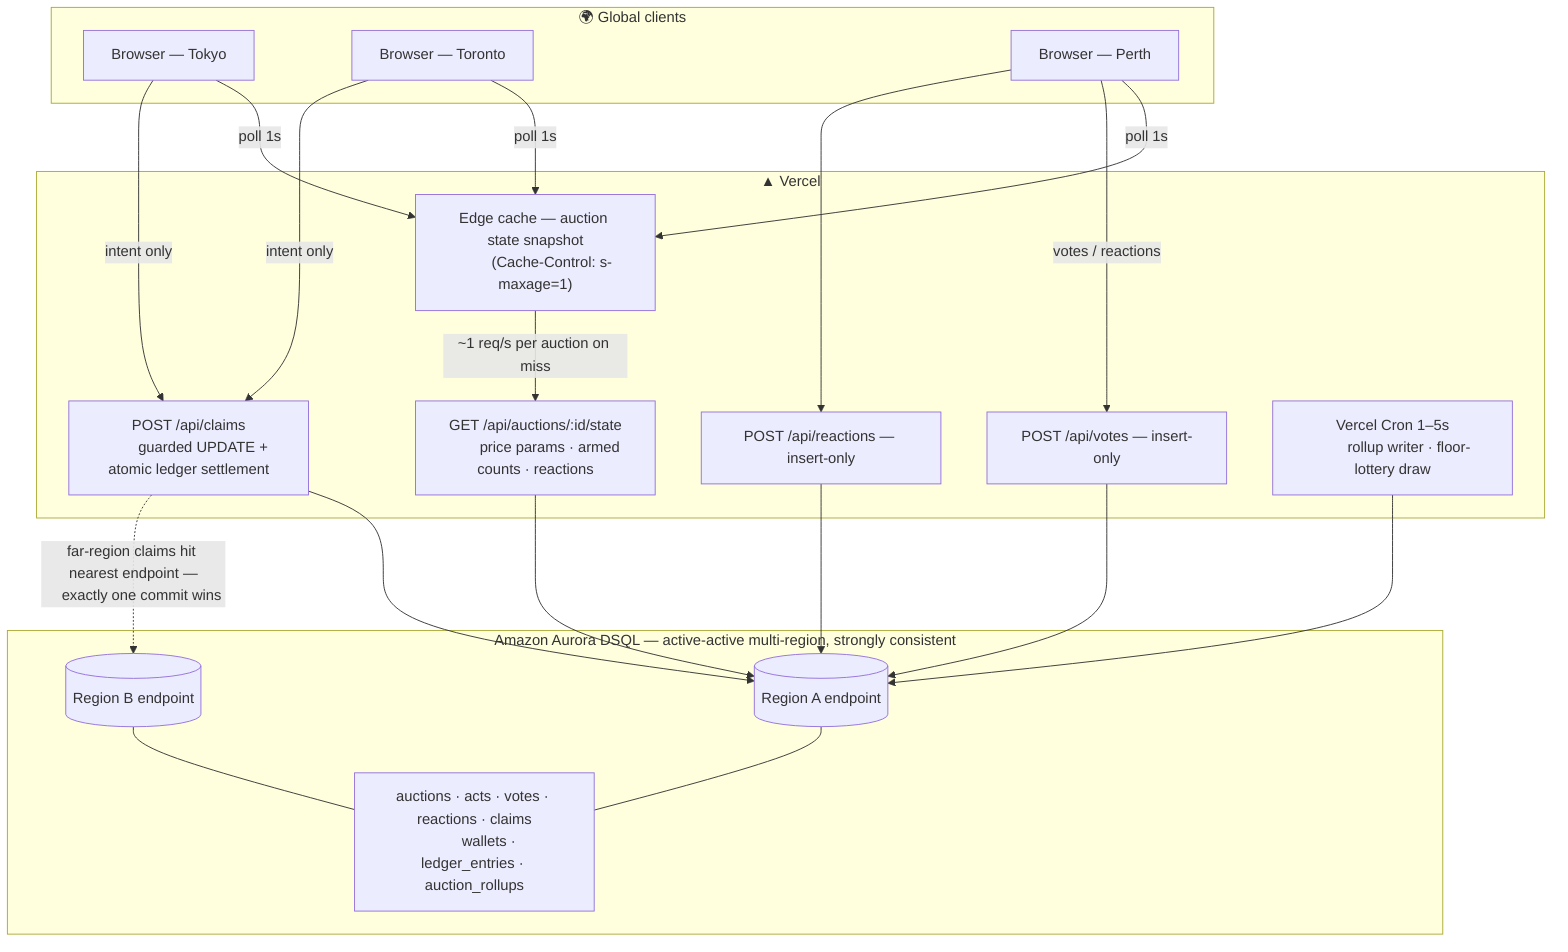
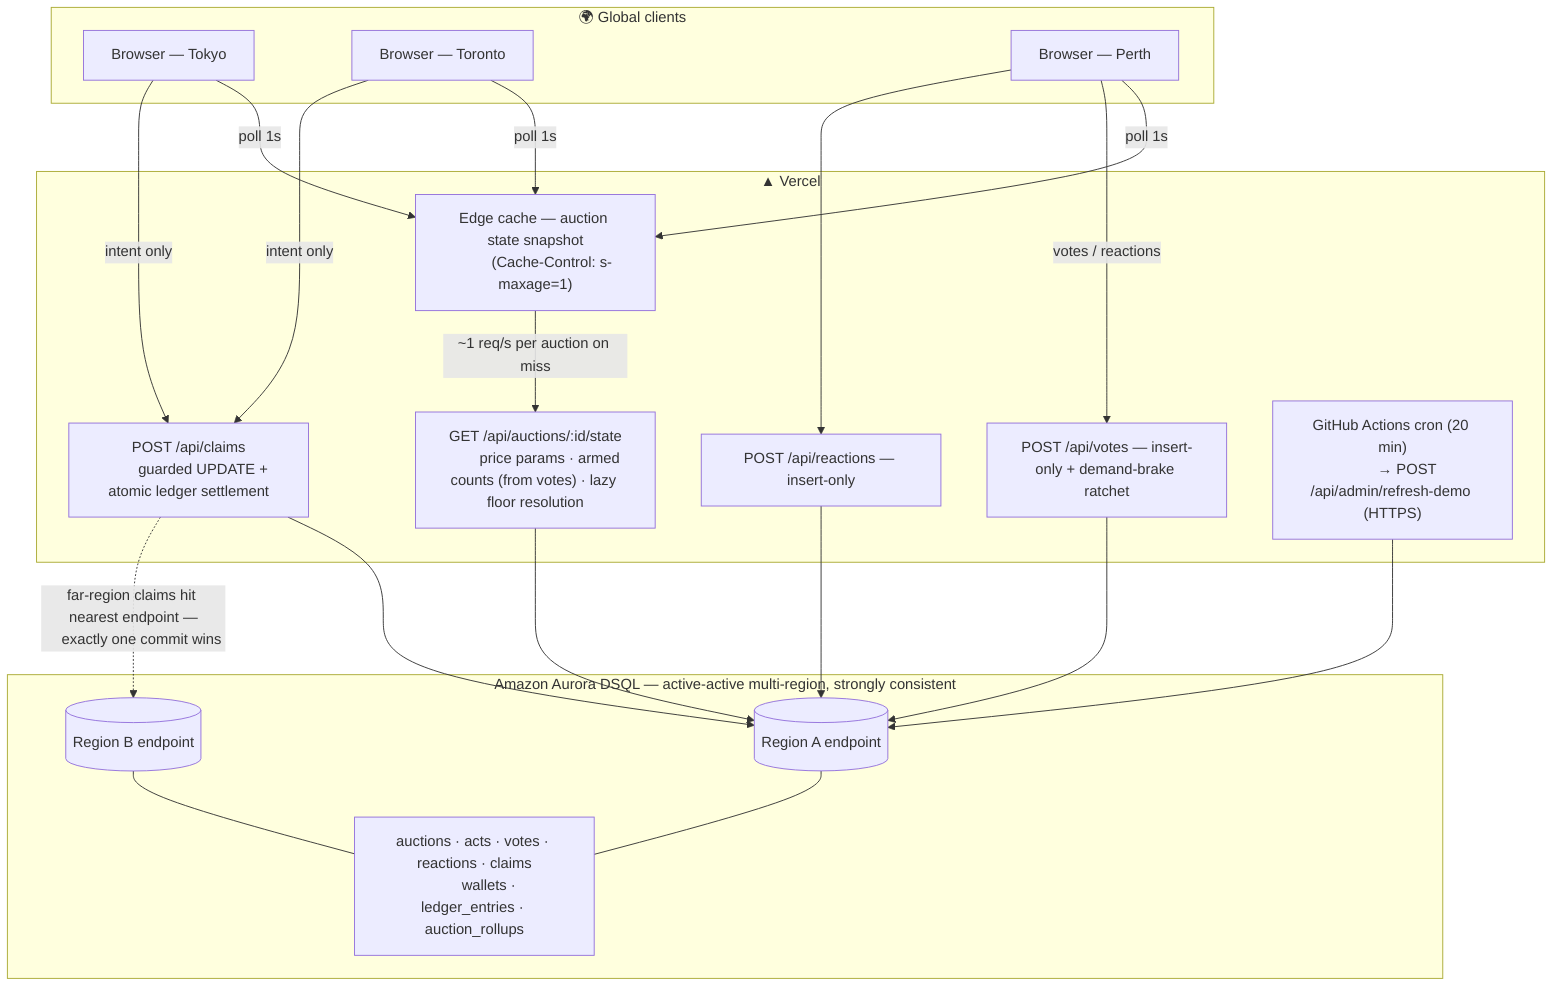
flowchart TB
    subgraph Clients["🌍 Global clients"]
        B1["Browser — Tokyo"]
        B2["Browser — Toronto"]
        B3["Browser — Perth"]
    end

    subgraph Vercel["▲ Vercel"]
        EDGE["Edge cache — auction state snapshot
        (Cache-Control: s-maxage=1)"]
        AGG["GET /api/auctions/:id/state
-         price params · armed counts · reactions"]
-         VOTE["POST /api/votes — insert-only"]
+         price params · armed counts (from votes) · lazy floor resolution"]
+         VOTE["POST /api/votes — insert-only + demand-brake ratchet"]
        REACT["POST /api/reactions — insert-only"]
        CLAIM["POST /api/claims
        guarded UPDATE + atomic ledger settlement"]
-         CRON["Vercel Cron 1–5s
-         rollup writer · floor-lottery draw"]
+         REFRESH["GitHub Actions cron (20 min)
+         → POST /api/admin/refresh-demo (HTTPS)"]
    end

    subgraph DSQL["Amazon Aurora DSQL — active-active multi-region, strongly consistent"]
        RA[("Region A endpoint")]
        RB[("Region B endpoint")]
        T["auctions · acts · votes · reactions · claims
        wallets · ledger_entries · auction_rollups"]
        RA --- T
        RB --- T
    end

    B1 -->|"poll 1s"| EDGE
    B2 -->|"poll 1s"| EDGE
    B3 -->|"poll 1s"| EDGE
    EDGE -->|"~1 req/s per auction on miss"| AGG
    B1 -->|"intent only"| CLAIM
    B2 -->|"intent only"| CLAIM
    B3 -->|"votes / reactions"| VOTE
    B3 --> REACT
    AGG --> RA
    VOTE --> RA
    REACT --> RA
    CLAIM --> RA
    CLAIM -.->|"far-region claims hit nearest endpoint —
    exactly one commit wins"| RB
-     CRON --> RA
+     REFRESH --> RA
